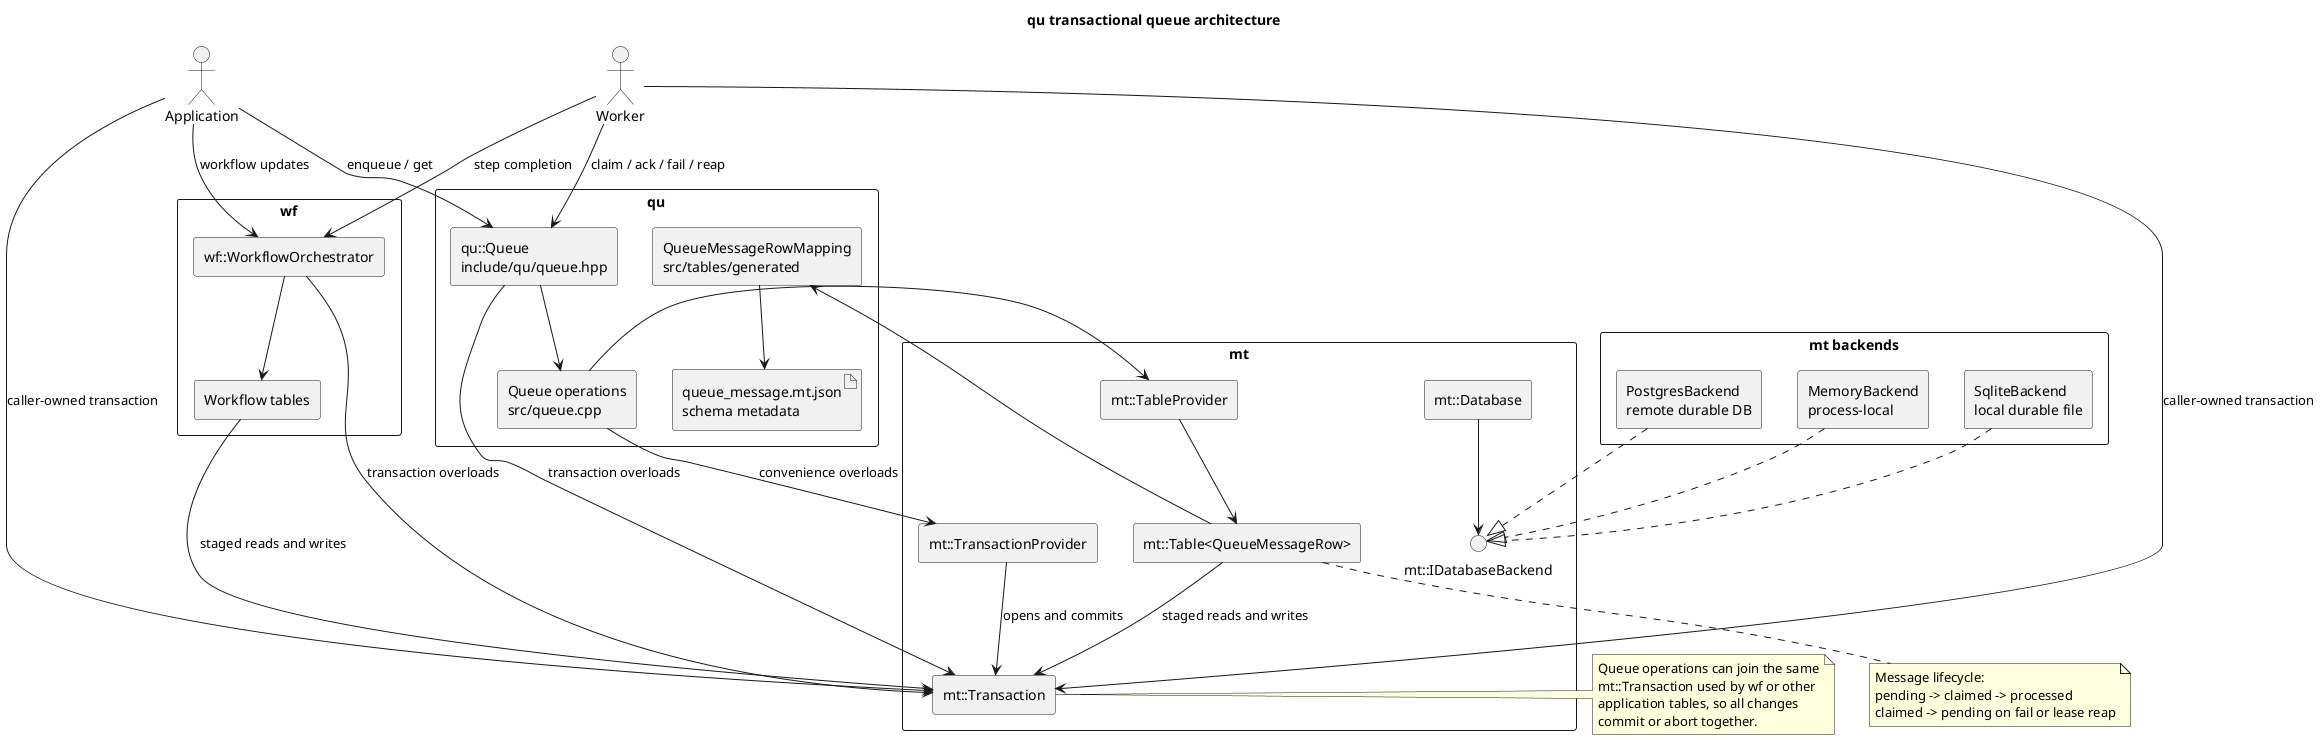
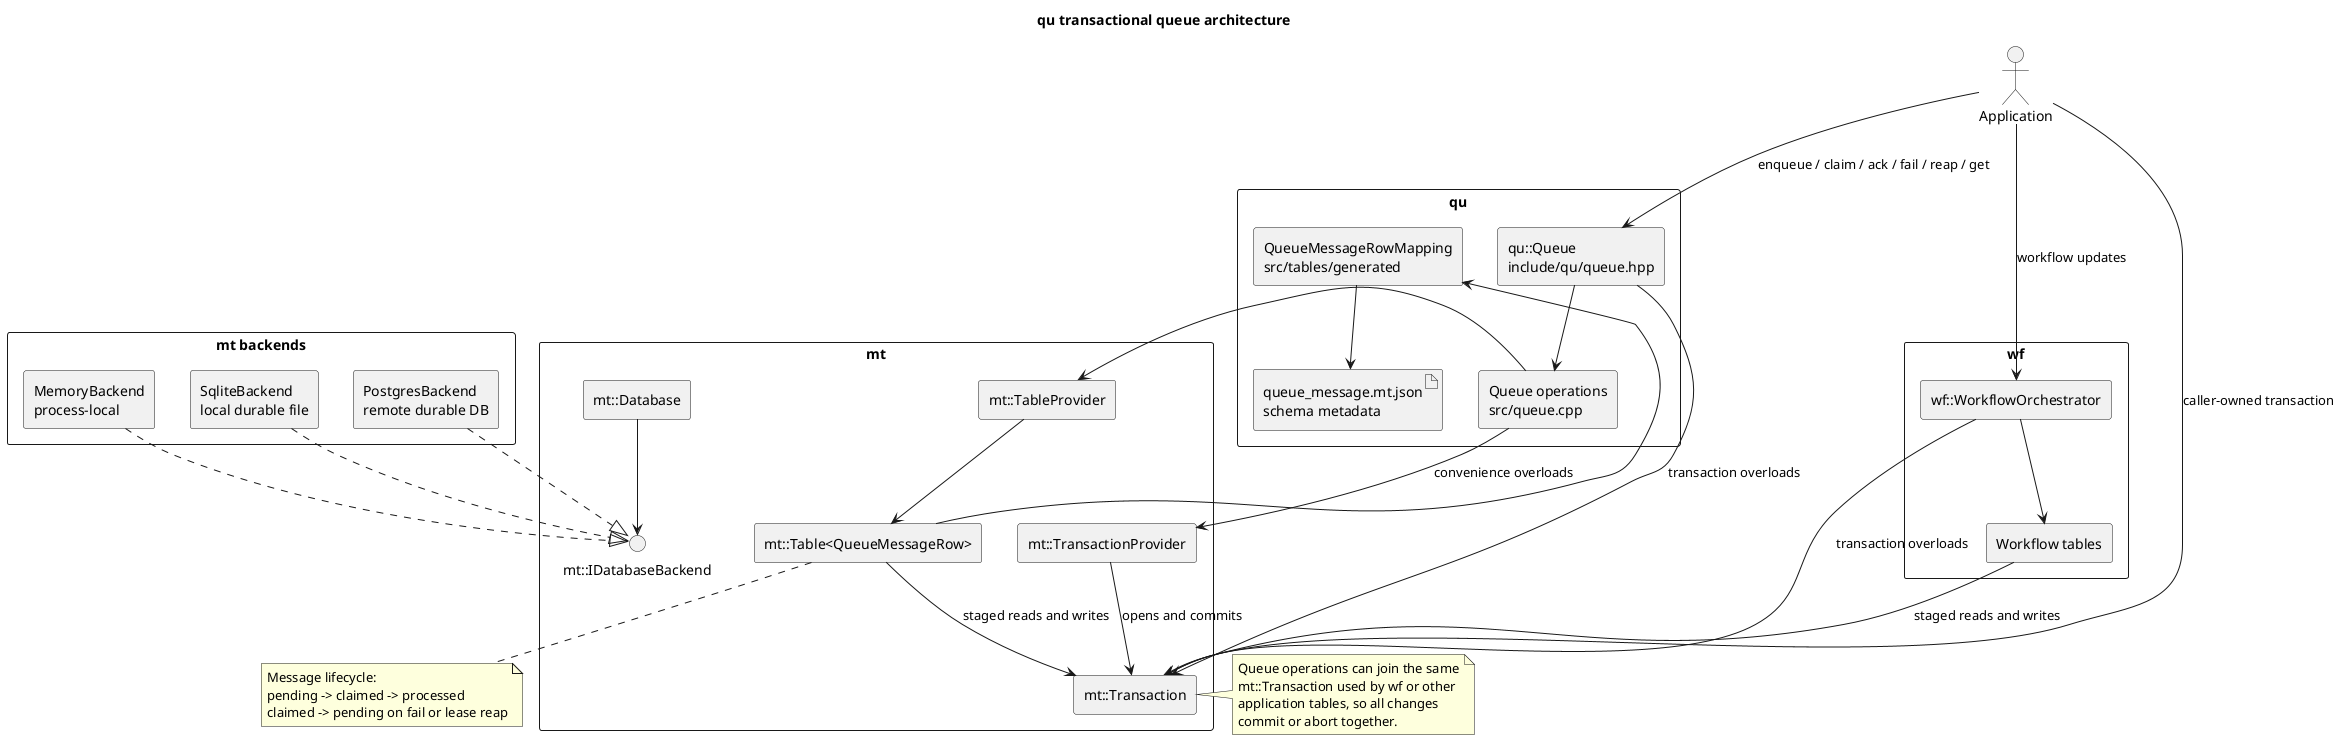
@startuml
title qu transactional queue architecture

skinparam componentStyle rectangle
skinparam shadowing false
skinparam packageStyle rectangle

actor "Application" as app
- actor "Worker" as worker

package "qu" {
    component "qu::Queue\ninclude/qu/queue.hpp" as queue
    component "Queue operations\nsrc/queue.cpp" as ops
    component "QueueMessageRowMapping\nsrc/tables/generated" as mapping
    artifact "queue_message.mt.json\nschema metadata" as schema
}

package "wf" {
    component "wf::WorkflowOrchestrator" as orchestrator
    component "Workflow tables" as workflowTables
}

package "mt" {
    component "mt::Database" as database
    component "mt::TransactionProvider" as txs
    component "mt::Transaction" as tx
    component "mt::TableProvider" as tables
    component "mt::Table<QueueMessageRow>" as table
    interface "mt::IDatabaseBackend" as backend
}

package "mt backends" {
    component "MemoryBackend\nprocess-local" as memory
    component "SqliteBackend\nlocal durable file" as sqlite
    component "PostgresBackend\nremote durable DB" as postgres
}

database --> backend
memory ..|> backend
sqlite ..|> backend
postgres ..|> backend

- app --> queue : enqueue / get
- worker --> queue : claim / ack / fail / reap
+ app --> queue : enqueue / claim / ack / fail / reap / get
app --> orchestrator : workflow updates
- worker --> orchestrator : step completion

queue --> ops
ops --> txs : convenience overloads
txs --> tx : opens and commits
app --> tx : caller-owned transaction
- worker --> tx : caller-owned transaction
queue --> tx : transaction overloads
orchestrator --> tx : transaction overloads

ops --> tables
tables --> table
table --> mapping
mapping --> schema
table --> tx : staged reads and writes
orchestrator --> workflowTables
workflowTables --> tx : staged reads and writes

note right of tx
Queue operations can join the same
mt::Transaction used by wf or other
application tables, so all changes
commit or abort together.
end note

note bottom of table
Message lifecycle:
pending -> claimed -> processed
claimed -> pending on fail or lease reap
end note

@enduml
